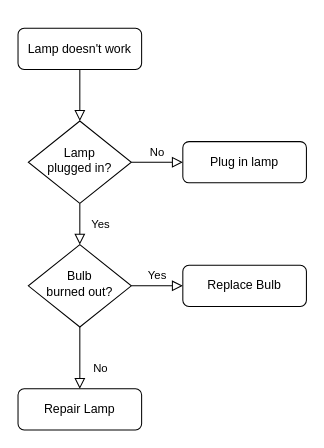
Before: Untitled Diagram.drawio in xiyandd/leetcode-cn, a draw.io diagram. Source tidied: cells renumbered, new cells numbered last; positions are measured from the earlier drawing's top-left corner, leaving out a move shared by most shapes. Both pictures are drawn from the tidied source at 103%, with x=0, y=0 at pixel (18, 28).
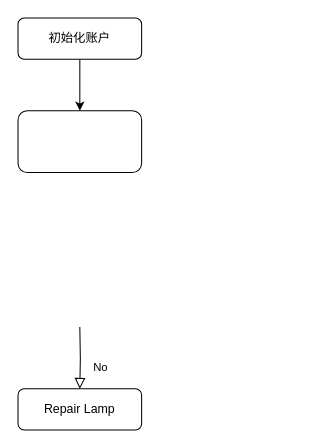
After the change.

Change to the diagram source:
```diff
@@
 <mxGraphModel>
   <root>
     <mxCell id="0" />
     <mxCell id="1" parent="0" />
-    <mxCell id="2" style="rounded=0;html=1;jettySize=auto;fontSize=11;endArrow=block;endFill=0;endSize=8;strokeWidth=1;shadow=0;labelBackgroundColor=none;edgeStyle=orthogonalEdgeStyle;" parent="1" edge="1" source="3" target="6">
-      <mxGeometry relative="1" as="geometry" />
-    </mxCell>
+    <mxCell id="13" style="edgeStyle=orthogonalEdgeStyle;rounded=0;jettySize=auto;html=1;entryX=0.5;entryY=0;entryDx=0;entryDy=0;" parent="1" edge="1" source="3" target="14">
+      <mxGeometry relative="1" as="geometry" />
+    </mxCell>
-    <mxCell id="3" value="Lamp doesn't work" style="rounded=1;whiteSpace=wrap;html=1;fontSize=12;glass=0;strokeWidth=1;shadow=0;" parent="1" vertex="1">
-      <mxGeometry width="120" height="40" as="geometry" />
+    <mxCell id="3" value="初始化账户" style="rounded=1;whiteSpace=wrap;html=1;fontSize=12;glass=0;strokeWidth=1;shadow=0;" parent="1" vertex="1">
+      <mxGeometry y="-10" width="120" height="40" as="geometry" />
     </mxCell>
-    <mxCell id="4" value="Yes" style="rounded=0;html=1;jettySize=auto;fontSize=11;endArrow=block;endFill=0;endSize=8;strokeWidth=1;shadow=0;labelBackgroundColor=none;edgeStyle=orthogonalEdgeStyle;" parent="1" edge="1" source="6" target="10">
-      <mxGeometry y="20" relative="1" as="geometry" />
-    </mxCell>
-    <mxCell id="5" value="No" style="edgeStyle=orthogonalEdgeStyle;rounded=0;html=1;jettySize=auto;fontSize=11;endArrow=block;endFill=0;endSize=8;strokeWidth=1;shadow=0;labelBackgroundColor=none;" parent="1" edge="1" source="6" target="7">
-      <mxGeometry y="10" relative="1" as="geometry" />
-    </mxCell>
-    <mxCell id="6" value="Lamp&lt;br&gt;plugged in?" style="rhombus;whiteSpace=wrap;html=1;shadow=0;fontFamily=Helvetica;fontSize=12;align=center;strokeWidth=1;spacing=6;spacingTop=-4;" parent="1" vertex="1">
-      <mxGeometry x="10" y="90" width="100" height="80" as="geometry" />
-    </mxCell>
-    <mxCell id="7" value="Plug in lamp" style="rounded=1;whiteSpace=wrap;html=1;fontSize=12;glass=0;strokeWidth=1;shadow=0;" parent="1" vertex="1">
-      <mxGeometry x="160" y="110" width="120" height="40" as="geometry" />
-    </mxCell>
-    <mxCell id="8" value="No" style="rounded=0;html=1;jettySize=auto;fontSize=11;endArrow=block;endFill=0;endSize=8;strokeWidth=1;shadow=0;labelBackgroundColor=none;edgeStyle=orthogonalEdgeStyle;" parent="1" edge="1" source="10" target="11">
-      <mxGeometry x="0.33" y="20" relative="1" as="geometry" />
+    <mxCell id="8" value="No" style="rounded=0;html=1;jettySize=auto;fontSize=11;endArrow=block;endFill=0;endSize=8;strokeWidth=1;shadow=0;labelBackgroundColor=none;edgeStyle=orthogonalEdgeStyle;" parent="1" edge="1" target="11">
+      <mxGeometry x="0.33" y="20" relative="1" as="geometry">
+        <mxPoint x="60" y="290" as="sourcePoint" />
+      </mxGeometry>
     </mxCell>
-    <mxCell id="9" value="Yes" style="edgeStyle=orthogonalEdgeStyle;rounded=0;html=1;jettySize=auto;fontSize=11;endArrow=block;endFill=0;endSize=8;strokeWidth=1;shadow=0;labelBackgroundColor=none;" parent="1" edge="1" source="10" target="12">
-      <mxGeometry y="10" relative="1" as="geometry" />
-    </mxCell>
-    <mxCell id="10" value="Bulb&lt;br&gt;burned out?" style="rhombus;whiteSpace=wrap;html=1;shadow=0;fontFamily=Helvetica;fontSize=12;align=center;strokeWidth=1;spacing=6;spacingTop=-4;" parent="1" vertex="1">
-      <mxGeometry x="10" y="210" width="100" height="80" as="geometry" />
-    </mxCell>
     <mxCell id="11" value="Repair Lamp" style="rounded=1;whiteSpace=wrap;html=1;fontSize=12;glass=0;strokeWidth=1;shadow=0;" parent="1" vertex="1">
       <mxGeometry y="350" width="120" height="40" as="geometry" />
     </mxCell>
-    <mxCell id="12" value="Replace Bulb" style="rounded=1;whiteSpace=wrap;html=1;fontSize=12;glass=0;strokeWidth=1;shadow=0;" parent="1" vertex="1">
-      <mxGeometry x="160" y="230" width="120" height="40" as="geometry" />
-    </mxCell>
+    <mxCell id="14" style="rounded=1;whiteSpace=wrap;html=1;" parent="1" vertex="1">
+      <mxGeometry y="80" width="120" height="60" as="geometry" />
+    </mxCell>
   </root>
 </mxGraphModel>
```
